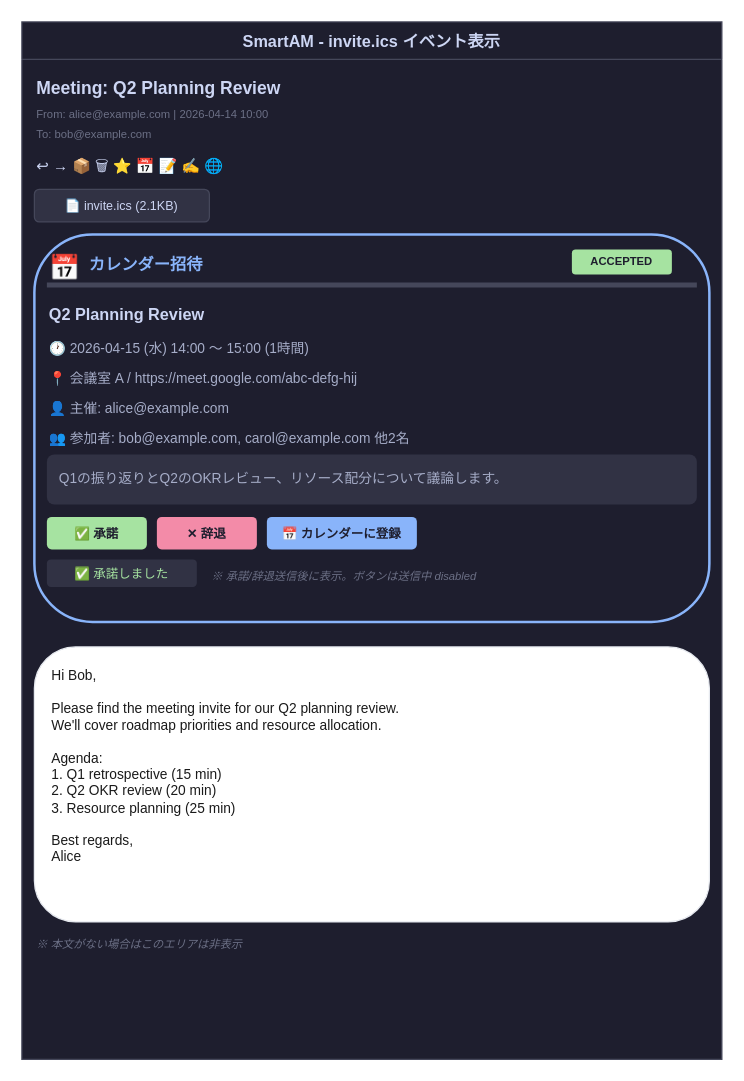
Earlier version of the draw.io diagram page "25. invite.ics イベント表示" (25 of 25) of screens.drawio (ryoupr/SmartAM). Source tidied: cells renumbered, new cells numbered last; positions are measured from the earlier drawing's top-left corner, leaving out a move shared by most shapes. Both pictures are drawn from the tidied source at 125%, with x=0, y=0 at pixel (21, 21).
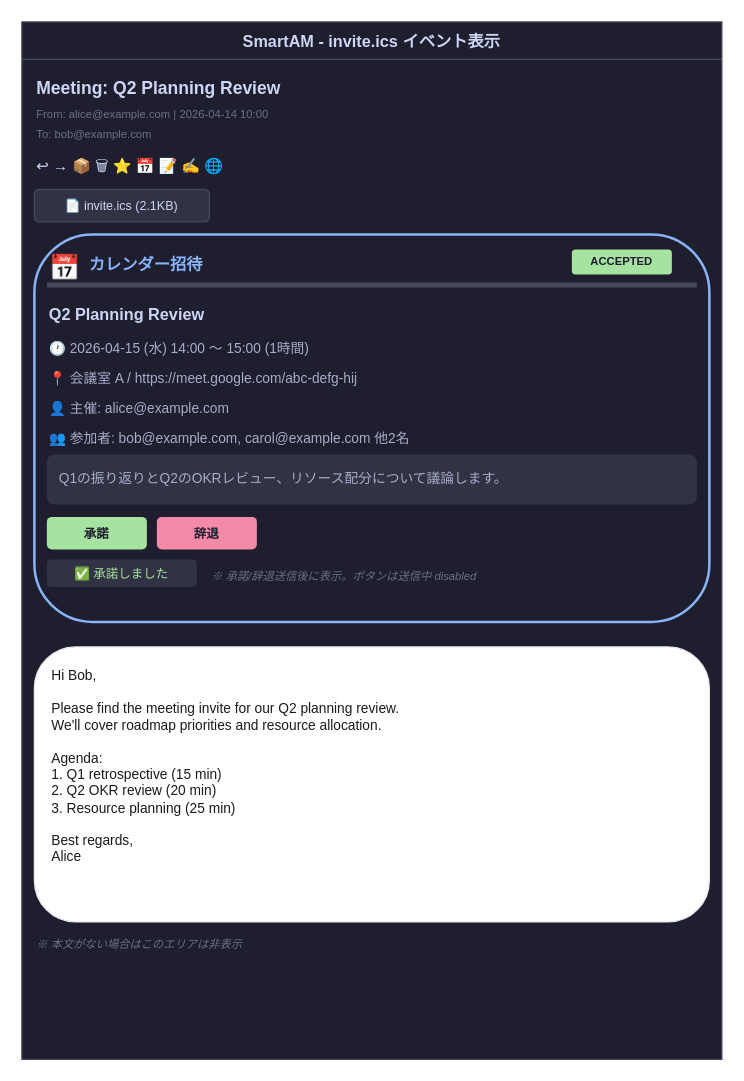
After the change.

Commit message (it also covers changes not shown here):
refactor: EventCardをDrawIOワイヤーフレームに準拠

- 承諾/辞退ボタンから絵文字を削除
- カレンダーに登録ボタンを削除（onAddToCalendar props廃止）
- 未使用の.btn-calスタイルを削除

Unchanged cells that the change refers to:
```xml
<mxCell id="2" value="SmartAM - invite.ics イベント表示" style="swimlane;startSize=30;fillColor=#1e1e2e;swimlaneFillColor=#1e1e2e;fontColor=#cdd6f4;strokeColor=#45475a;fontSize=13;fontStyle=1;" parent="1" vertex="1">
  <mxGeometry width="560" height="830" as="geometry" />
</mxCell>
```

Change to the diagram source:
```diff
@@
-    <mxCell id="19" value="✅ 承諾" style="rounded=1;whiteSpace=wrap;html=1;fontSize=10;fillColor=#a6e3a1;strokeColor=none;fontColor=#1e1e2e;fontStyle=1;" parent="2" vertex="1">
+    <mxCell id="19" value="承諾" style="rounded=1;whiteSpace=wrap;html=1;fontSize=10;fillColor=#a6e3a1;strokeColor=none;fontColor=#1e1e2e;fontStyle=1;" parent="2" vertex="1">
       <mxGeometry x="20" y="396" width="80" height="26" as="geometry" />
     </mxCell>
-    <mxCell id="20" value="✕ 辞退" style="rounded=1;whiteSpace=wrap;html=1;fontSize=10;fillColor=#f38ba8;strokeColor=none;fontColor=#1e1e2e;fontStyle=1;" parent="2" vertex="1">
+    <mxCell id="20" value="辞退" style="rounded=1;whiteSpace=wrap;html=1;fontSize=10;fillColor=#f38ba8;strokeColor=none;fontColor=#1e1e2e;fontStyle=1;" parent="2" vertex="1">
       <mxGeometry x="108" y="396" width="80" height="26" as="geometry" />
     </mxCell>
-    <mxCell id="21" value="📅 カレンダーに登録" style="rounded=1;whiteSpace=wrap;html=1;fontSize=10;fillColor=#89b4fa;strokeColor=none;fontColor=#1e1e2e;fontStyle=1;" parent="2" vertex="1">
-      <mxGeometry x="196" y="396" width="120" height="26" as="geometry" />
-    </mxCell>
```
